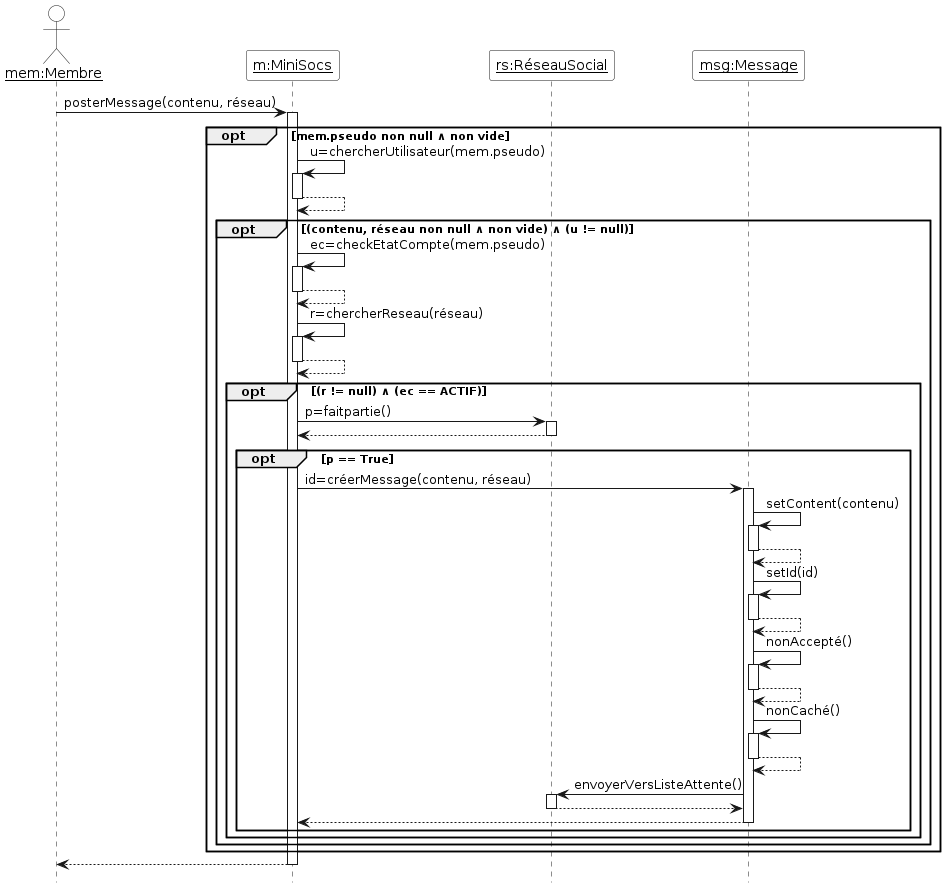
Before: Diagrammes/minisocs_uml_diag_seq_poster_message.png, a diagram exported from PlantUML (ThELud0/Minisocs). Source of this version:
```plantuml
@startuml


hide footbox
skinparam sequenceParticipantBackgroundColor White
skinparam sequenceActorBackgroundColor White


actor "__mem:Membre__" as mem
participant "__m:MiniSocs__" as m
participant "__rs:RéseauSocial__" as rs
participant "__msg:Message__" as msg


mem -> m ++ : posterMessage(contenu, réseau)
opt mem.pseudo non null ∧ non vide
m -> m ++ : u=chercherUtilisateur(mem.pseudo)
return
opt (contenu, réseau non null ∧ non vide) ∧ (u != null)
m -> m ++ : ec=checkEtatCompte(mem.pseudo)
return
m -> m ++ : r=chercherReseau(réseau)
return
opt (r != null) ∧ (ec == ACTIF)
m -> rs ++ : p=faitpartie()
return
opt p == True
m -> msg ++ : id=créerMessage(contenu, réseau)
msg -> msg ++ : setContent(contenu)
return
msg -> msg ++ : setId(id)
return
msg -> msg ++ : nonAccepté()
return
msg -> msg ++ : nonCaché()
return
msg -> rs ++ : envoyerVersListeAttente()
return
return
end
end
end
end
return





@enduml
```
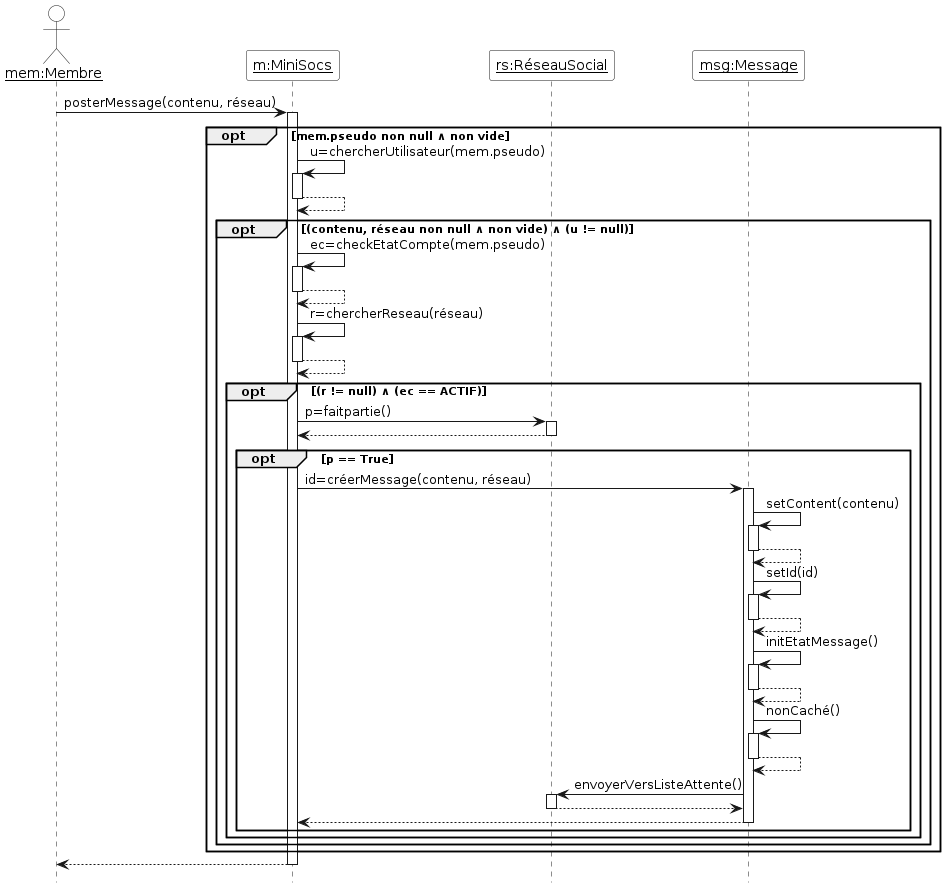
Later version of the same file.

Diff of the diagram source:
```diff
@@ -30,7 +30,7 @@
 return
 msg -> msg ++ : setId(id)
 return
-msg -> msg ++ : nonAccepté()
+msg -> msg ++ : initEtatMessage()
 return
 msg -> msg ++ : nonCaché()
 return
```
